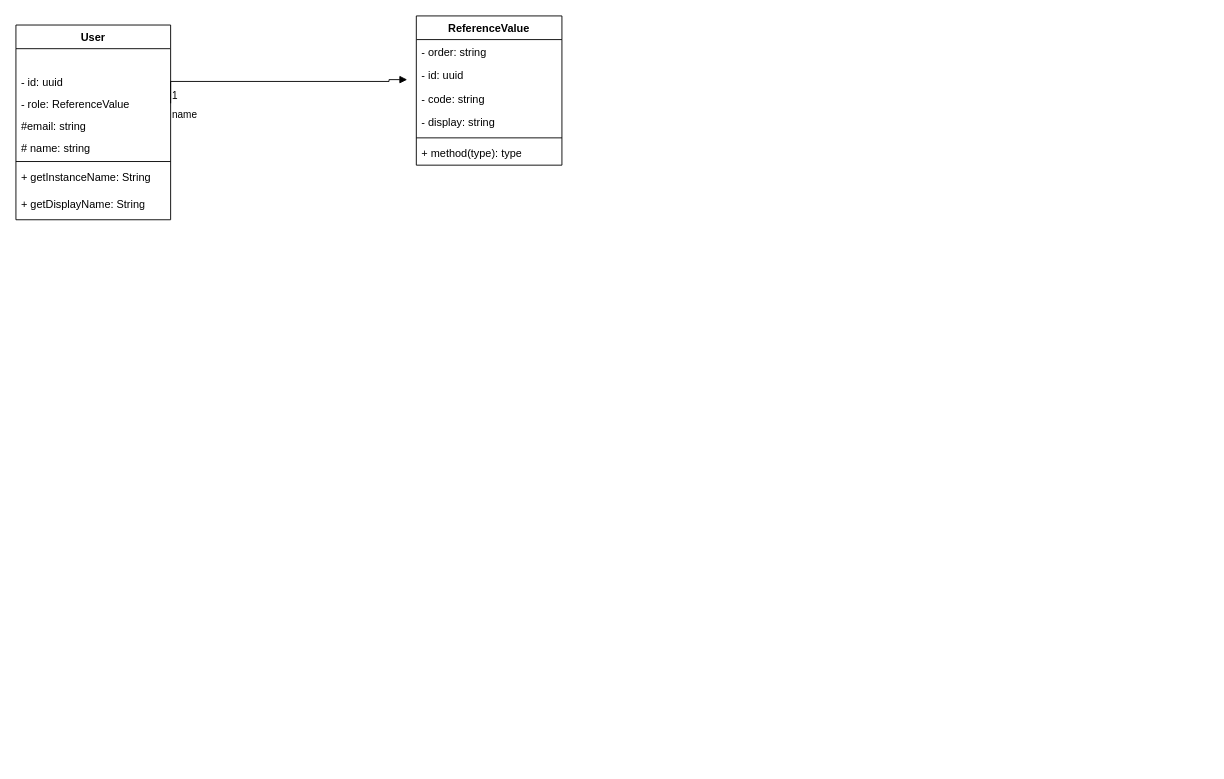
Earlier version of the draw.io diagram Share-Point.drawio (priyanshujoshi909/design-pattern). Source tidied: cells renumbered, new cells numbered last; positions are measured from the earlier drawing's top-left corner, leaving out a move shared by most shapes. Both pictures are drawn from the tidied source at 91%, with x=0, y=0 at pixel (15, 15).
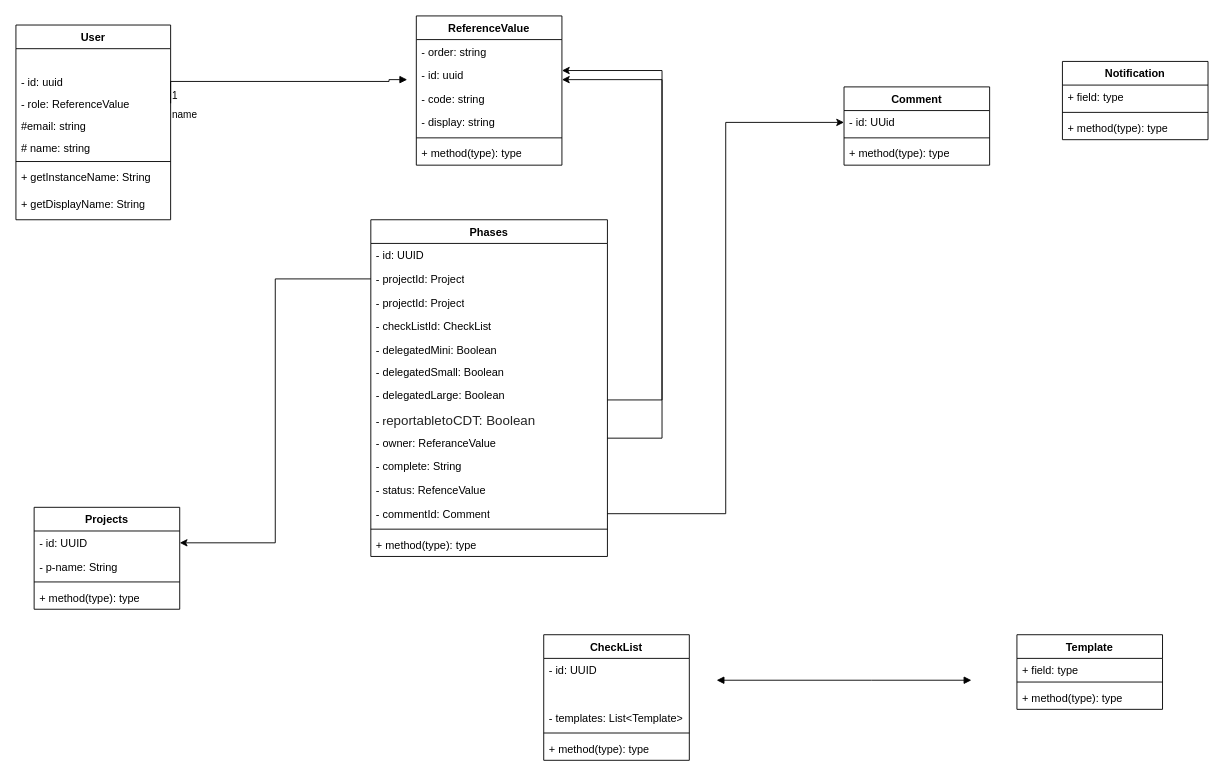
After the change.

What changed in the source:
```diff
@@
+    <mxCell id="20" value="Notification" style="swimlane;fontStyle=1;align=center;verticalAlign=top;horizontal=1;startSize=26;whiteSpace=wrap;html=1;" parent="1" vertex="1">
+      <mxGeometry x="1150" y="50" width="160" height="86" as="geometry" />
+    </mxCell>
+    <mxCell id="21" value="+ field: type" style="text;strokeColor=none;fillColor=none;align=left;verticalAlign=top;spacingLeft=4;spacingRight=4;overflow=hidden;whiteSpace=wrap;html=1;" parent="20" vertex="1">
+      <mxGeometry y="26" width="160" height="26" as="geometry" />
+    </mxCell>
+    <mxCell id="22" style="line;strokeWidth=1;fillColor=none;align=left;verticalAlign=middle;spacingTop=-1;spacingLeft=3;spacingRight=3;labelPosition=right;strokeColor=inherit;" parent="20" vertex="1">
+      <mxGeometry y="52" width="160" height="8" as="geometry" />
+    </mxCell>
+    <mxCell id="23" value="+ method(type): type" style="text;strokeColor=none;fillColor=none;align=left;verticalAlign=top;spacingLeft=4;spacingRight=4;overflow=hidden;whiteSpace=wrap;html=1;" parent="20" vertex="1">
+      <mxGeometry y="60" width="160" height="26" as="geometry" />
+    </mxCell>
+    <mxCell id="24" value="Template" style="swimlane;fontStyle=1;align=center;verticalAlign=top;horizontal=1;startSize=26;whiteSpace=wrap;html=1;" parent="1" vertex="1">
+      <mxGeometry x="1100" y="680" width="160" height="82" as="geometry" />
+    </mxCell>
+    <mxCell id="25" value="+ field: type" style="text;strokeColor=none;fillColor=none;align=left;verticalAlign=top;spacingLeft=4;spacingRight=4;overflow=hidden;whiteSpace=wrap;html=1;" parent="24" vertex="1">
+      <mxGeometry y="26" width="160" height="22" as="geometry" />
+    </mxCell>
+    <mxCell id="26" style="line;strokeWidth=1;fillColor=none;align=left;verticalAlign=middle;spacingTop=-1;spacingLeft=3;spacingRight=3;labelPosition=right;strokeColor=inherit;" parent="24" vertex="1">
+      <mxGeometry y="48" width="160" height="8" as="geometry" />
+    </mxCell>
+    <mxCell id="27" value="+ method(type): type" style="text;strokeColor=none;fillColor=none;align=left;verticalAlign=top;spacingLeft=4;spacingRight=4;overflow=hidden;whiteSpace=wrap;html=1;" parent="24" vertex="1">
+      <mxGeometry y="56" width="160" height="26" as="geometry" />
+    </mxCell>
+    <mxCell id="28" value="Phases" style="swimlane;fontStyle=1;align=center;verticalAlign=top;horizontal=1;startSize=26;whiteSpace=wrap;html=1;" parent="1" vertex="1">
+      <mxGeometry x="390" y="224" width="260" height="370" as="geometry" />
+    </mxCell>
+    <mxCell id="29" value="- id: UUID" style="text;strokeColor=none;fillColor=none;align=left;verticalAlign=top;spacingLeft=4;spacingRight=4;overflow=hidden;whiteSpace=wrap;html=1;" parent="28" vertex="1">
+      <mxGeometry y="26" width="260" height="26" as="geometry" />
+    </mxCell>
+    <mxCell id="30" value="- projectId: Project" style="text;strokeColor=none;fillColor=none;align=left;verticalAlign=top;spacingLeft=4;spacingRight=4;overflow=hidden;points=[[0,0.5],[1,0.5]];portConstraint=eastwest;whiteSpace=wrap;html=1;" parent="28" vertex="1">
+      <mxGeometry y="52" width="260" height="26" as="geometry" />
+    </mxCell>
+    <mxCell id="31" value="- projectId: Project" style="text;strokeColor=none;fillColor=none;align=left;verticalAlign=top;spacingLeft=4;spacingRight=4;overflow=hidden;whiteSpace=wrap;html=1;" parent="28" vertex="1">
+      <mxGeometry y="78" width="260" height="26" as="geometry" />
+    </mxCell>
+    <mxCell id="32" value="- checkListId: CheckList" style="text;strokeColor=none;fillColor=none;align=left;verticalAlign=top;spacingLeft=4;spacingRight=4;overflow=hidden;whiteSpace=wrap;html=1;" parent="28" vertex="1">
+      <mxGeometry y="104" width="260" height="26" as="geometry" />
+    </mxCell>
+    <mxCell id="33" value="- delegatedMini: Boolean" style="text;strokeColor=none;fillColor=none;align=left;verticalAlign=top;spacingLeft=4;spacingRight=4;overflow=hidden;whiteSpace=wrap;html=1;" parent="28" vertex="1">
+      <mxGeometry y="130" width="260" height="24" as="geometry" />
+    </mxCell>
+    <mxCell id="34" value="- delegatedSmall: Boolean" style="text;strokeColor=none;fillColor=none;align=left;verticalAlign=top;spacingLeft=4;spacingRight=4;overflow=hidden;whiteSpace=wrap;html=1;" parent="28" vertex="1">
+      <mxGeometry y="154" width="260" height="26" as="geometry" />
+    </mxCell>
+    <mxCell id="35" value="- delegatedLarge: Boolean" style="text;strokeColor=none;fillColor=none;align=left;verticalAlign=top;spacingLeft=4;spacingRight=4;overflow=hidden;whiteSpace=wrap;html=1;" parent="28" vertex="1">
+      <mxGeometry y="180" width="260" height="26" as="geometry" />
+    </mxCell>
+    <mxCell id="36" value="- r&lt;span style=&quot;color: rgb(36, 36, 36); font-family: &amp;quot;Aptos Narrow&amp;quot;, Calibri, &amp;quot;sans-serif&amp;quot;, &amp;quot;Mongolian Baiti&amp;quot;, &amp;quot;Microsoft Yi Baiti&amp;quot;, &amp;quot;Javanese Text&amp;quot;, &amp;quot;Yu Gothic&amp;quot;; font-size: 14.6667px; white-space-collapse: preserve; background-color: rgb(255, 255, 255);&quot;&gt;eportabletoCDT: Boolean&lt;/span&gt;" style="text;strokeColor=none;fillColor=none;align=left;verticalAlign=top;spacingLeft=4;spacingRight=4;overflow=hidden;whiteSpace=wrap;html=1;" parent="28" vertex="1">
+      <mxGeometry y="206" width="260" height="26" as="geometry" />
+    </mxCell>
+    <mxCell id="37" value="- owner: ReferanceValue" style="text;strokeColor=none;fillColor=none;align=left;verticalAlign=top;spacingLeft=4;spacingRight=4;overflow=hidden;whiteSpace=wrap;html=1;" parent="28" vertex="1">
+      <mxGeometry y="232" width="260" height="26" as="geometry" />
+    </mxCell>
+    <mxCell id="38" value="- complete: String" style="text;strokeColor=none;fillColor=none;align=left;verticalAlign=top;spacingLeft=4;spacingRight=4;overflow=hidden;whiteSpace=wrap;html=1;" parent="28" vertex="1">
+      <mxGeometry y="258" width="260" height="26" as="geometry" />
+    </mxCell>
+    <mxCell id="39" value="- status: RefenceValue" style="text;strokeColor=none;fillColor=none;align=left;verticalAlign=top;spacingLeft=4;spacingRight=4;overflow=hidden;whiteSpace=wrap;html=1;" parent="28" vertex="1">
+      <mxGeometry y="284" width="260" height="26" as="geometry" />
+    </mxCell>
+    <mxCell id="40" value="- commentId: Comment" style="text;strokeColor=none;fillColor=none;align=left;verticalAlign=top;spacingLeft=4;spacingRight=4;overflow=hidden;points=[[0,0.5],[1,0.5]];portConstraint=eastwest;whiteSpace=wrap;html=1;" parent="28" vertex="1">
+      <mxGeometry y="310" width="260" height="26" as="geometry" />
+    </mxCell>
+    <mxCell id="41" style="line;strokeWidth=1;fillColor=none;align=left;verticalAlign=middle;spacingTop=-1;spacingLeft=3;spacingRight=3;labelPosition=right;strokeColor=inherit;" parent="28" vertex="1">
+      <mxGeometry y="336" width="260" height="8" as="geometry" />
+    </mxCell>
+    <mxCell id="42" value="+ method(type): type" style="text;strokeColor=none;fillColor=none;align=left;verticalAlign=top;spacingLeft=4;spacingRight=4;overflow=hidden;whiteSpace=wrap;html=1;" parent="28" vertex="1">
+      <mxGeometry y="344" width="260" height="26" as="geometry" />
+    </mxCell>
+    <mxCell id="43" style="endArrow=block;startArrow=block;endFill=1;startFill=1;html=1;rounded=0;" parent="1" edge="1">
+      <mxGeometry relative="1" as="geometry">
+        <mxPoint x="770" y="730" as="sourcePoint" />
+        <mxPoint x="1050" y="730" as="targetPoint" />
+        <Array as="points">
+          <mxPoint x="940" y="730" />
+        </Array>
+      </mxGeometry>
+    </mxCell>
+    <mxCell id="44" value="Projects" style="swimlane;fontStyle=1;align=center;verticalAlign=top;horizontal=1;startSize=26;whiteSpace=wrap;html=1;" parent="1" vertex="1">
+      <mxGeometry x="20" y="540" width="160" height="112" as="geometry" />
+    </mxCell>
+    <mxCell id="45" value="- id: UUID" style="text;strokeColor=none;fillColor=none;align=left;verticalAlign=top;spacingLeft=4;spacingRight=4;overflow=hidden;points=[[0,0.5],[1,0.5]];portConstraint=eastwest;whiteSpace=wrap;html=1;" parent="44" vertex="1">
+      <mxGeometry y="26" width="160" height="26" as="geometry" />
+    </mxCell>
+    <mxCell id="46" value="- p-name: String" style="text;strokeColor=none;fillColor=none;align=left;verticalAlign=top;spacingLeft=4;spacingRight=4;overflow=hidden;whiteSpace=wrap;html=1;" parent="44" vertex="1">
+      <mxGeometry y="52" width="160" height="26" as="geometry" />
+    </mxCell>
+    <mxCell id="47" style="line;strokeWidth=1;fillColor=none;align=left;verticalAlign=middle;spacingTop=-1;spacingLeft=3;spacingRight=3;labelPosition=right;strokeColor=inherit;" parent="44" vertex="1">
+      <mxGeometry y="78" width="160" height="8" as="geometry" />
+    </mxCell>
+    <mxCell id="48" value="+ method(type): type" style="text;strokeColor=none;fillColor=none;align=left;verticalAlign=top;spacingLeft=4;spacingRight=4;overflow=hidden;whiteSpace=wrap;html=1;" parent="44" vertex="1">
+      <mxGeometry y="86" width="160" height="26" as="geometry" />
+    </mxCell>
+    <mxCell id="49" value="CheckList" style="swimlane;fontStyle=1;align=center;verticalAlign=top;horizontal=1;startSize=26;whiteSpace=wrap;html=1;" parent="1" vertex="1">
+      <mxGeometry x="580" y="680" width="160" height="138" as="geometry" />
+    </mxCell>
+    <mxCell id="50" value="- id: UUID" style="text;strokeColor=none;fillColor=none;align=left;verticalAlign=top;spacingLeft=4;spacingRight=4;overflow=hidden;whiteSpace=wrap;html=1;" parent="49" vertex="1">
+      <mxGeometry y="26" width="160" height="26" as="geometry" />
+    </mxCell>
+    <mxCell id="51" style="text;strokeColor=none;fillColor=none;align=left;verticalAlign=top;spacingLeft=4;spacingRight=4;overflow=hidden;whiteSpace=wrap;html=1;" parent="49" vertex="1">
+      <mxGeometry y="52" width="160" height="26" as="geometry" />
+    </mxCell>
+    <mxCell id="52" value="- templates: List&amp;lt;Template&amp;gt;" style="text;strokeColor=none;fillColor=none;align=left;verticalAlign=top;spacingLeft=4;spacingRight=4;overflow=hidden;whiteSpace=wrap;html=1;" parent="49" vertex="1">
+      <mxGeometry y="78" width="160" height="26" as="geometry" />
+    </mxCell>
+    <mxCell id="53" style="line;strokeWidth=1;fillColor=none;align=left;verticalAlign=middle;spacingTop=-1;spacingLeft=3;spacingRight=3;labelPosition=right;strokeColor=inherit;" parent="49" vertex="1">
+      <mxGeometry y="104" width="160" height="8" as="geometry" />
+    </mxCell>
+    <mxCell id="54" value="+ method(type): type" style="text;strokeColor=none;fillColor=none;align=left;verticalAlign=top;spacingLeft=4;spacingRight=4;overflow=hidden;whiteSpace=wrap;html=1;" parent="49" vertex="1">
+      <mxGeometry y="112" width="160" height="26" as="geometry" />
+    </mxCell>
+    <mxCell id="55" style="edgeStyle=orthogonalEdgeStyle;rounded=0;orthogonalLoop=1;jettySize=auto;html=1;entryX=1;entryY=0.5;entryDx=0;entryDy=0;" parent="1" edge="1">
+      <mxGeometry relative="1" as="geometry">
+        <mxPoint x="650" y="464" as="sourcePoint" />
+        <mxPoint x="600" y="60" as="targetPoint" />
+        <Array as="points">
+          <mxPoint x="710" y="464" />
+          <mxPoint x="710" y="60" />
+        </Array>
+      </mxGeometry>
+    </mxCell>
+    <mxCell id="56" style="edgeStyle=orthogonalEdgeStyle;rounded=0;orthogonalLoop=1;jettySize=auto;html=1;entryX=1;entryY=0.5;entryDx=0;entryDy=0;" parent="1" edge="1">
+      <mxGeometry relative="1" as="geometry">
+        <mxPoint x="650" y="422" as="sourcePoint" />
+        <mxPoint x="600" y="70" as="targetPoint" />
+        <Array as="points">
+          <mxPoint x="710" y="422" />
+          <mxPoint x="710" y="70" />
+        </Array>
+      </mxGeometry>
+    </mxCell>
+    <mxCell id="57" value="Comment" style="swimlane;fontStyle=1;align=center;verticalAlign=top;horizontal=1;startSize=26;whiteSpace=wrap;html=1;" parent="1" vertex="1">
+      <mxGeometry x="910" y="78" width="160" height="86" as="geometry" />
+    </mxCell>
+    <mxCell id="58" value="- id: UUid" style="text;strokeColor=none;fillColor=none;align=left;verticalAlign=top;spacingLeft=4;spacingRight=4;overflow=hidden;points=[[0,0.5],[1,0.5]];portConstraint=eastwest;whiteSpace=wrap;html=1;" parent="57" vertex="1">
+      <mxGeometry y="26" width="160" height="26" as="geometry" />
+    </mxCell>
+    <mxCell id="59" style="line;strokeWidth=1;fillColor=none;align=left;verticalAlign=middle;spacingTop=-1;spacingLeft=3;spacingRight=3;labelPosition=right;strokeColor=inherit;" parent="57" vertex="1">
+      <mxGeometry y="52" width="160" height="8" as="geometry" />
+    </mxCell>
+    <mxCell id="60" value="+ method(type): type" style="text;strokeColor=none;fillColor=none;align=left;verticalAlign=top;spacingLeft=4;spacingRight=4;overflow=hidden;whiteSpace=wrap;html=1;" parent="57" vertex="1">
+      <mxGeometry y="60" width="160" height="26" as="geometry" />
+    </mxCell>
+    <mxCell id="61" style="edgeStyle=orthogonalEdgeStyle;rounded=0;jettySize=auto;html=1;" parent="1" edge="1" source="40" target="58">
+      <mxGeometry relative="1" as="geometry" />
+    </mxCell>
+    <mxCell id="62" style="edgeStyle=orthogonalEdgeStyle;rounded=0;jettySize=auto;html=1;entryX=1;entryY=0.5;entryDx=0;entryDy=0;" parent="1" edge="1" source="30" target="45">
+      <mxGeometry relative="1" as="geometry" />
+    </mxCell>
```
